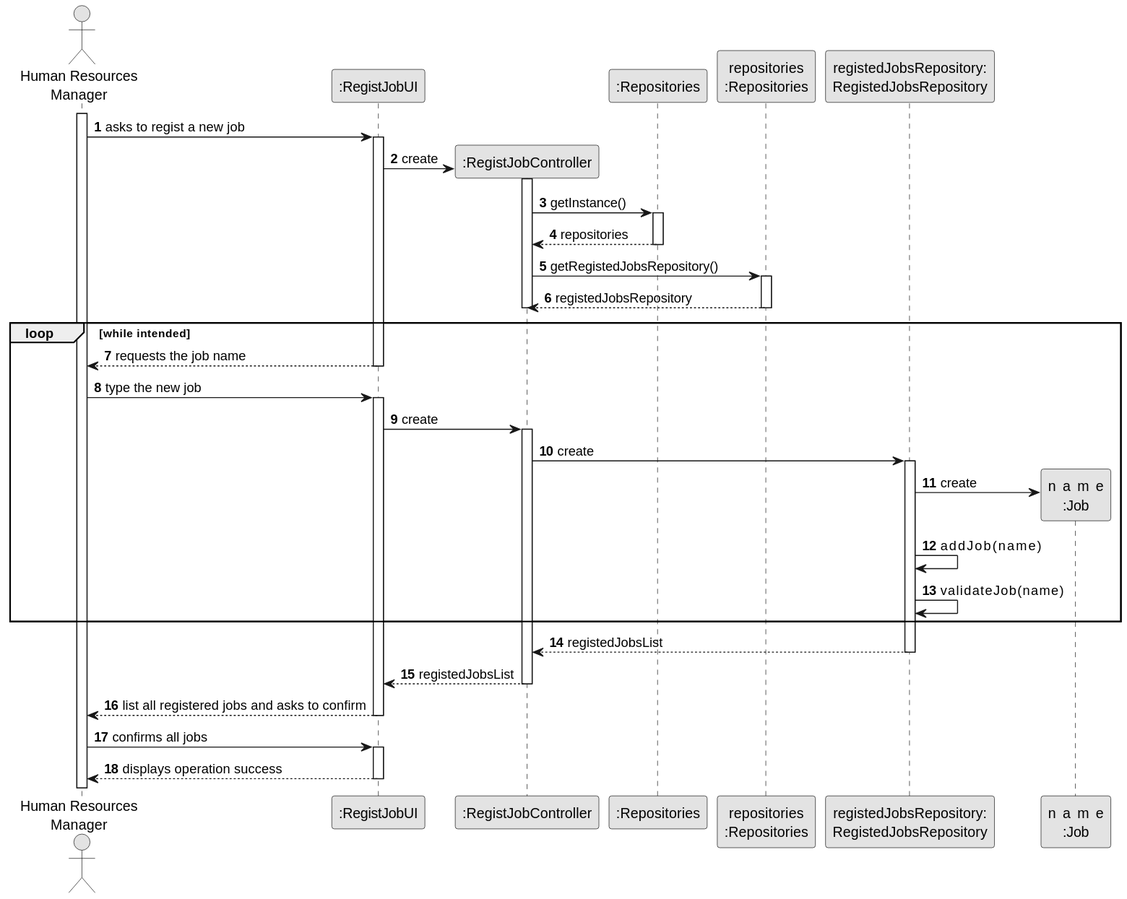
Before: docs/sprint2/us002/03.design/svg/us002-sequence-diagram-full.svg, a diagram exported from PlantUML (1231360-ISEP/lei-24-s2-1db-g021).
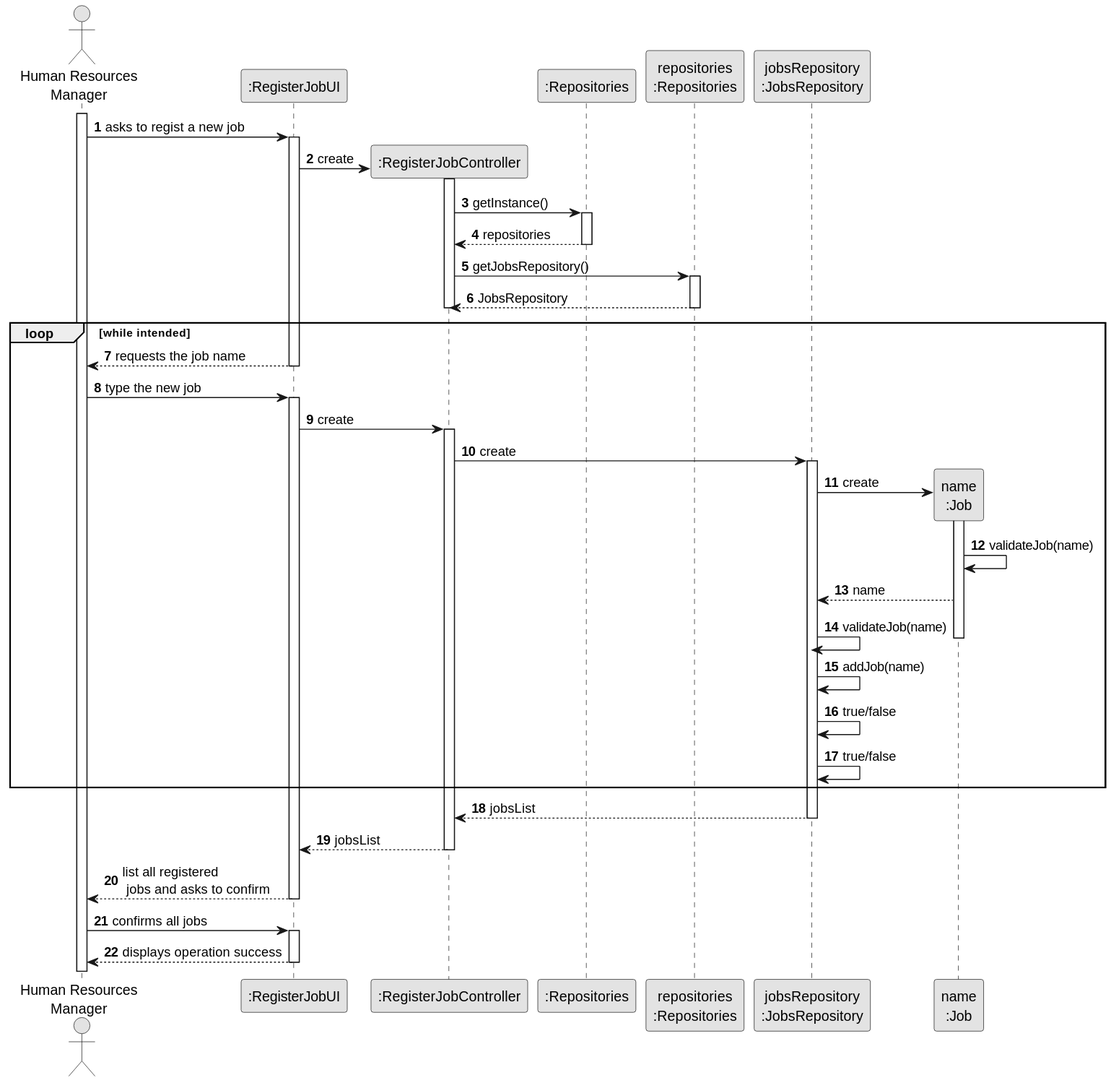
After the commit.

Commit message:
US2 - update sequence diagram full

Change to the diagram source:
```diff
@@ -4,69 +4,80 @@
 skinparam shadowing false
 
 actor "Human Resources\nManager" as HRM
-participant ":RegistJobUI" as UI
-participant ":RegistJobController" as CTRL
+participant ":RegisterJobUI" as UI
+participant ":RegisterJobController" as CTRL
 participant ":Repositories" as RepositorySingleton
 participant "repositories\n:Repositories" as PLAT
-participant "registedJobsRepository:\nRegistedJobsRepository" as RegistedJobsRepository
-participant "jobName\n:Job" as PROFISSAO
+participant "jobsRepository\n:JobsRepository" as JobsRepository
+participant "name\n:Job" as PROFISSAO
 
 autonumber 1
 
 activate HRM
+
     HRM -> UI : asks to regist a new job
+    activate UI
 
-    activate UI
         UI -> CTRL** : create
 
         activate CTRL
-            CTRL -> RepositorySingleton : getInstance()
 
-            activate RepositorySingleton
-                RepositorySingleton --> CTRL: repositories
-            deactivate RepositorySingleton
+        CTRL -> RepositorySingleton : getInstance()
+        activate RepositorySingleton
 
-            CTRL -> PLAT : getRegistedJobsRepository()
+            RepositorySingleton --> CTRL: repositories
+        deactivate RepositorySingleton
 
-            activate PLAT
-                PLAT --> CTRL: registedJobsRepository
-            deactivate PLAT
+        CTRL -> PLAT : getJobsRepository()
+        activate PLAT
+
+            PLAT --> CTRL: JobsRepository
+        deactivate PLAT
 
         deactivate CTRL
 
-        loop while intended
+    loop while intended
             UI --> HRM : requests the job name
+        deactivate UI
 
-    deactivate UI
+            HRM -> UI : type the new job
+        activate UI
 
-    HRM -> UI : type the new job
+            UI -> CTRL: create
+        activate CTRL
 
-    activate UI
-        UI -> CTRL: create
+            CTRL -> JobsRepository : create
+        activate JobsRepository
 
-        activate CTRL
-            CTRL -> RegistedJobsRepository : create
+            JobsRepository -> PROFISSAO**: create
+        activate PROFISSAO
 
-            activate RegistedJobsRepository
-                RegistedJobsRepository -> PROFISSAO**: create
-                RegistedJobsRepository -> RegistedJobsRepository: addJob(jobName)
-                RegistedJobsRepository -> RegistedJobsRepository: validateJob(jobName)
+        PROFISSAO -> PROFISSAO: validateJob(name)
 
-        end
-                RegistedJobsRepository --> CTRL : registedJobsList
-            deactivate RegistedJobsRepository
+        PROFISSAO --> JobsRepository : name
+        JobsRepository -> JobsRepository: validateJob(name)
+        deactivate PROFISSAO
+        JobsRepository -> JobsRepository: addJob(name)
+        JobsRepository -> JobsRepository: true/false
+        JobsRepository -> JobsRepository: true/false
 
-            CTRL --> UI : registedJobsList
 
-        deactivate CTRL
+    end
 
-        UI --> HRM : list all registered jobs and asks to confirm
+    JobsRepository --> CTRL : jobsList
+    deactivate JobsRepository
 
+    CTRL --> UI : jobsList
+    deactivate CTRL
+
+    UI --> HRM : list all registered\n jobs and asks to confirm
+
+    deactivate CTRL
     deactivate UI
 
     HRM -> UI : confirms all jobs
+    activate UI
 
-    activate UI
     UI --> HRM : displays operation success
     deactivate UI
 @enduml
```
